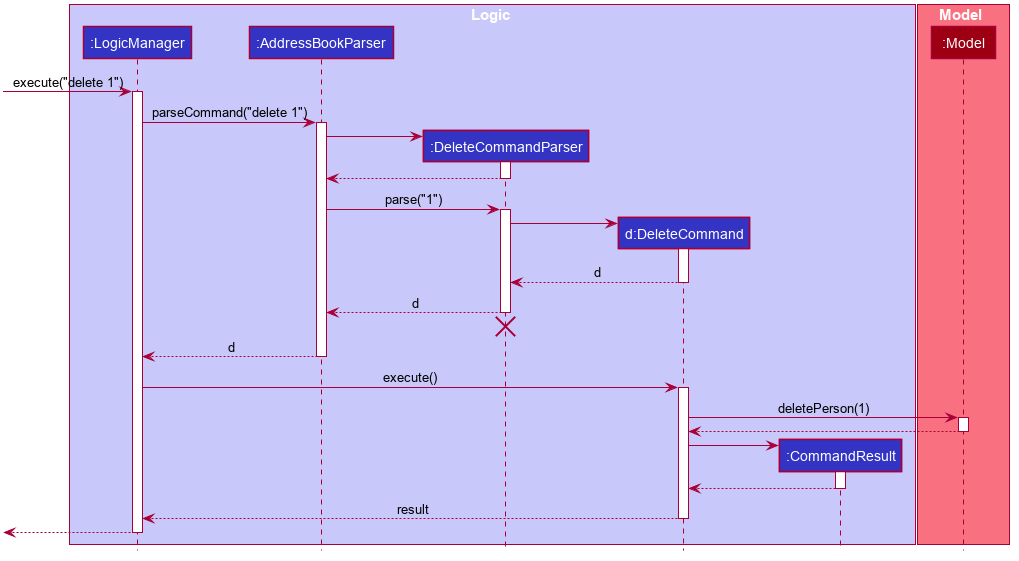
Earlier version of the PlantUML export docs/images/DeleteSequenceDiagram.png (nus-cs2103-AY2425S1/tp). The source it was exported from:
```plantuml
@startuml








skinparam BackgroundColor #FFFFFFF

skinparam Shadowing false

skinparam Class {
    FontColor #FFFFFF
    BorderThickness 1
    BorderColor #FFFFFF
    StereotypeFontColor #FFFFFF
    FontName Arial
}

skinparam Actor {
    BorderColor #000000
    Color #000000
    FontName Arial
}

skinparam Sequence {
    MessageAlign center
    BoxFontSize 15
    BoxPadding 0
    BoxFontColor #FFFFFF
    FontName Arial
}

skinparam Participant {
    FontColor #FFFFFFF
    Padding 20
}

skinparam MinClassWidth 50
skinparam ParticipantPadding 10
skinparam Shadowing false
skinparam DefaultTextAlignment center
skinparam packageStyle Rectangle

hide footbox
hide members
hide circle

box Logic #C8C8FA
participant ":LogicManager" as LogicManager #3333C4
participant ":AddressBookParser" as AddressBookParser #3333C4
participant ":DeleteCommandParser" as DeleteCommandParser #3333C4
participant "d:DeleteCommand" as DeleteCommand #3333C4
participant ":CommandResult" as CommandResult #3333C4
end box

box Model #F97181
participant ":Model" as Model #9D0012
end box

[-> LogicManager : execute("delete 1")
activate LogicManager

LogicManager -> AddressBookParser : parseCommand("delete 1")
activate AddressBookParser

create DeleteCommandParser
AddressBookParser -> DeleteCommandParser
activate DeleteCommandParser

DeleteCommandParser --> AddressBookParser
deactivate DeleteCommandParser

AddressBookParser -> DeleteCommandParser : parse("1")
activate DeleteCommandParser

create DeleteCommand
DeleteCommandParser -> DeleteCommand
activate DeleteCommand

DeleteCommand --> DeleteCommandParser : d
deactivate DeleteCommand

DeleteCommandParser --> AddressBookParser : d
deactivate DeleteCommandParser
DeleteCommandParser -[hidden]-> AddressBookParser
destroy DeleteCommandParser

AddressBookParser --> LogicManager : d
deactivate AddressBookParser

LogicManager -> DeleteCommand : execute()
activate DeleteCommand

DeleteCommand -> Model : deletePerson(1)
activate Model

Model --> DeleteCommand
deactivate Model

create CommandResult
DeleteCommand -> CommandResult
activate CommandResult

CommandResult --> DeleteCommand
deactivate CommandResult

DeleteCommand --> LogicManager : result
deactivate DeleteCommand

[<--LogicManager
deactivate LogicManager
@enduml
```
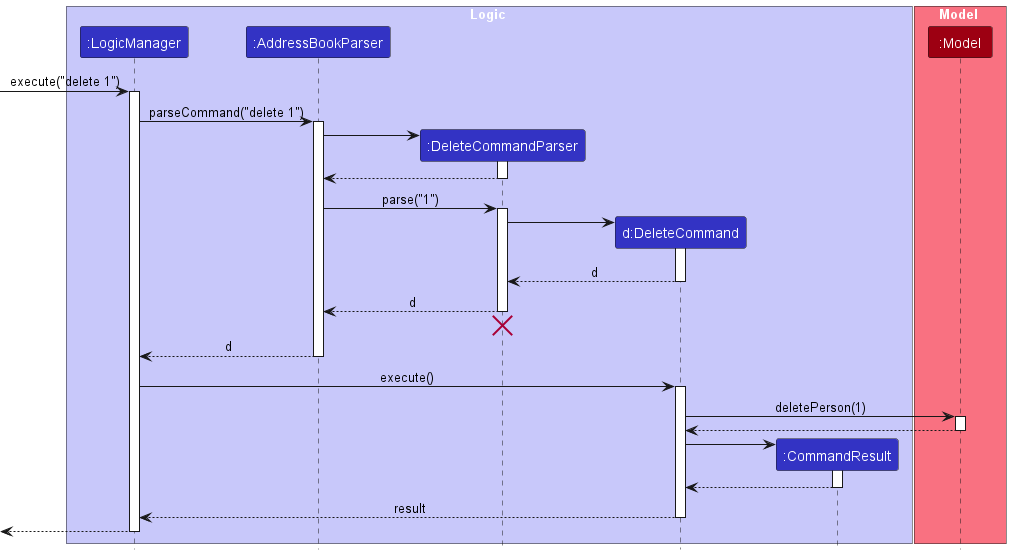
After the commit.

The edit, as a diff of the source:
```diff
@@ -1,63 +1,17 @@
 @startuml
+!include style.puml
+skinparam ArrowFontStyle plain
 
-
-
-
-
-
-
-
-skinparam BackgroundColor #FFFFFFF
-
-skinparam Shadowing false
-
-skinparam Class {
-    FontColor #FFFFFF
-    BorderThickness 1
-    BorderColor #FFFFFF
-    StereotypeFontColor #FFFFFF
-    FontName Arial
-}
-
-skinparam Actor {
-    BorderColor #000000
-    Color #000000
-    FontName Arial
-}
-
-skinparam Sequence {
-    MessageAlign center
-    BoxFontSize 15
-    BoxPadding 0
-    BoxFontColor #FFFFFF
-    FontName Arial
-}
-
-skinparam Participant {
-    FontColor #FFFFFFF
-    Padding 20
-}
-
-skinparam MinClassWidth 50
-skinparam ParticipantPadding 10
-skinparam Shadowing false
-skinparam DefaultTextAlignment center
-skinparam packageStyle Rectangle
-
-hide footbox
-hide members
-hide circle
-
-box Logic #C8C8FA
-participant ":LogicManager" as LogicManager #3333C4
-participant ":AddressBookParser" as AddressBookParser #3333C4
-participant ":DeleteCommandParser" as DeleteCommandParser #3333C4
-participant "d:DeleteCommand" as DeleteCommand #3333C4
-participant ":CommandResult" as CommandResult #3333C4
+box Logic LOGIC_COLOR_T1
+participant ":LogicManager" as LogicManager LOGIC_COLOR
+participant ":AddressBookParser" as AddressBookParser LOGIC_COLOR
+participant ":DeleteCommandParser" as DeleteCommandParser LOGIC_COLOR
+participant "d:DeleteCommand" as DeleteCommand LOGIC_COLOR
+participant ":CommandResult" as CommandResult LOGIC_COLOR
 end box
 
-box Model #F97181
-participant ":Model" as Model #9D0012
+box Model MODEL_COLOR_T1
+participant ":Model" as Model MODEL_COLOR
 end box
 
 [-> LogicManager : execute("delete 1")
```
